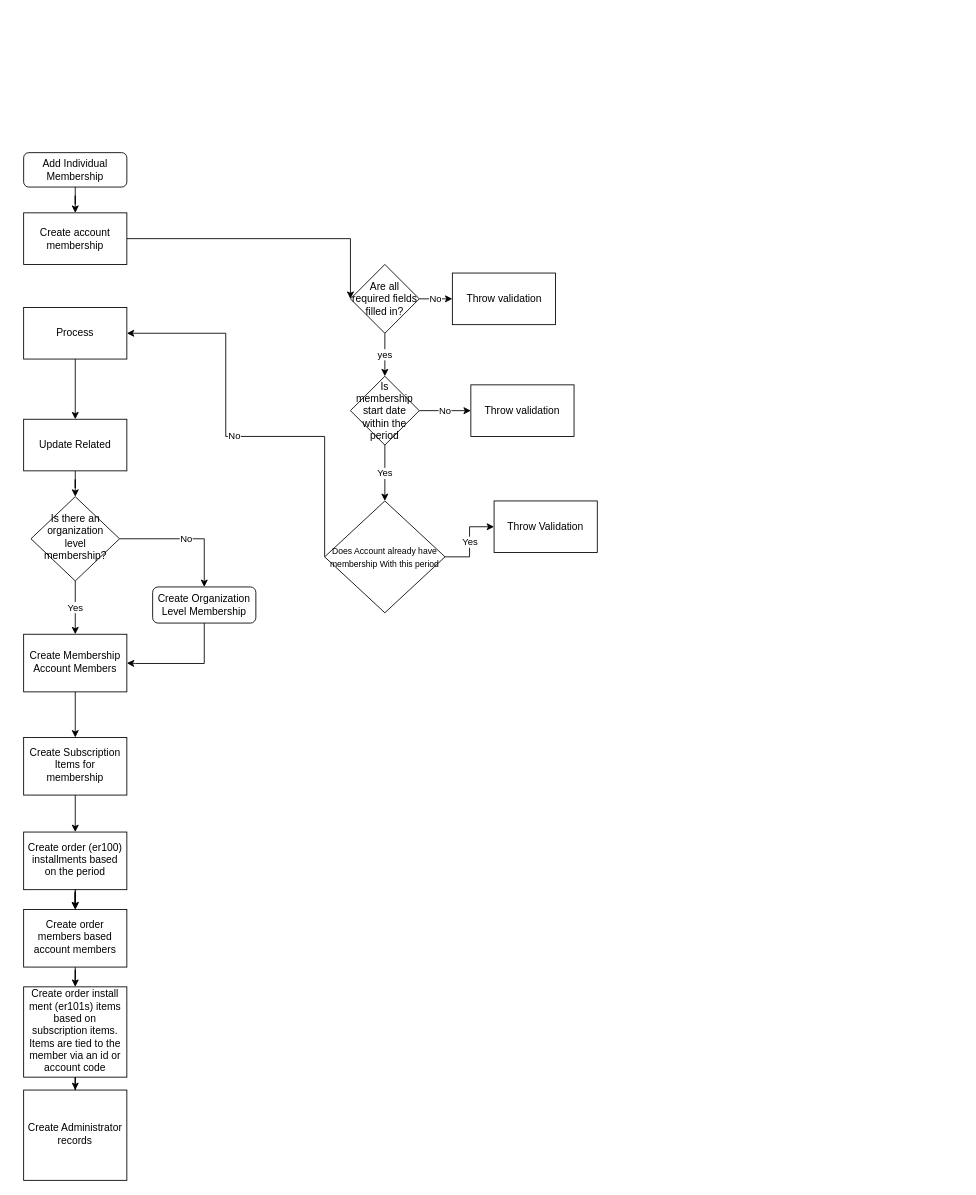
Before: MembershipEditIndividualWorkFlow.drawio in shelbyharris/Membership, a draw.io diagram. Source tidied: cells renumbered, new cells numbered last; positions are measured from the earlier drawing's top-left corner, leaving out a move shared by most shapes. Both pictures are drawn from the tidied source at 86%, with x=0, y=0 at pixel (23, 152).
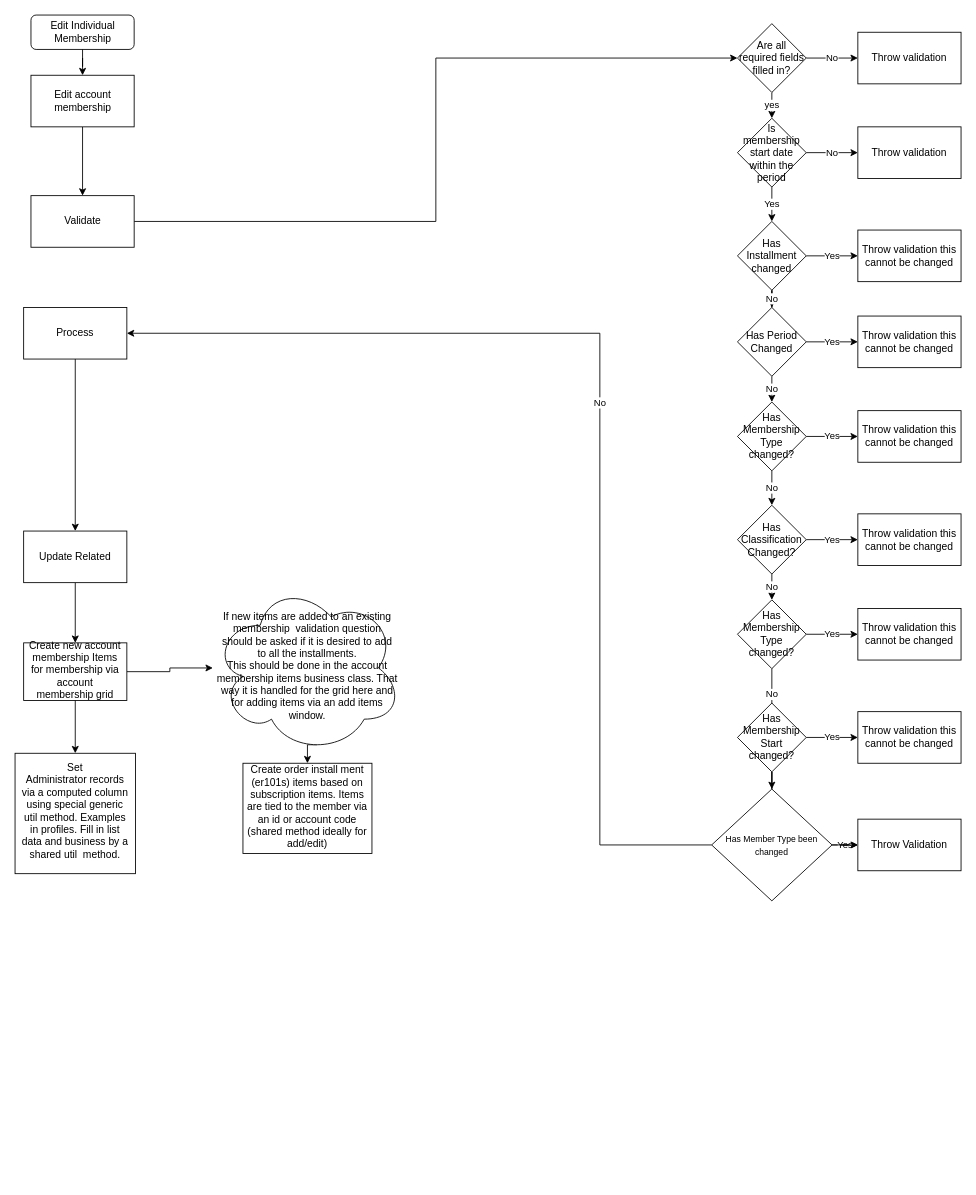
The same diagram, later.

Unchanged cells that the change refers to:
```xml
<mxCell id="34" value="Process" style="whiteSpace=wrap;html=1;rounded=0;" parent="1" vertex="1">
  <mxGeometry y="180" width="120" height="60" as="geometry" />
</mxCell>
```

What changed in the source:
```diff
@@
-    <mxCell id="2" value="Add Individual Membership" style="rounded=1;whiteSpace=wrap;html=1;fontSize=12;glass=0;strokeWidth=1;shadow=0;" parent="1" vertex="1">
-      <mxGeometry width="120" height="40" as="geometry" />
+    <mxCell id="2" value="Edit Individual Membership" style="rounded=1;whiteSpace=wrap;html=1;fontSize=12;glass=0;strokeWidth=1;shadow=0;" parent="1" vertex="1">
+      <mxGeometry x="8.5" y="-160" width="120" height="40" as="geometry" />
     </mxCell>
-    <mxCell id="3" style="edgeStyle=orthogonalEdgeStyle;rounded=0;jettySize=auto;html=1;entryX=1;entryY=0.5;entryDx=0;entryDy=0;exitX=0.5;exitY=1;exitDx=0;exitDy=0;" parent="1" edge="1" source="4" target="18">
-      <mxGeometry relative="1" as="geometry">
-        <Array as="points">
-          <mxPoint x="210" y="594" />
-          <mxPoint x="130" y="594" />
-        </Array>
-      </mxGeometry>
-    </mxCell>
-    <mxCell id="4" value="Create Organization Level Membership" style="rounded=1;whiteSpace=wrap;html=1;fontSize=12;glass=0;strokeWidth=1;shadow=0;" parent="1" vertex="1">
-      <mxGeometry x="150" y="505" width="120" height="42" as="geometry" />
-    </mxCell>
-    <mxCell id="5" style="edgeStyle=orthogonalEdgeStyle;rounded=0;jettySize=auto;html=1;entryX=0;entryY=0.5;entryDx=0;entryDy=0;" parent="1" edge="1" source="15" target="8">
-      <mxGeometry relative="1" as="geometry">
-        <Array as="points">
-          <mxPoint x="380" y="100" />
-        </Array>
-      </mxGeometry>
-    </mxCell>
@@
     <mxCell id="8" value="Are all required fields filled in?" style="rhombus;whiteSpace=wrap;html=1;rounded=0;" parent="1" vertex="1">
-      <mxGeometry x="380" y="130" width="80" height="80" as="geometry" />
+      <mxGeometry x="830" y="-150" width="80" height="80" as="geometry" />
     </mxCell>
     <mxCell id="9" value="Throw validation" style="whiteSpace=wrap;html=1;rounded=0;" parent="1" vertex="1">
-      <mxGeometry x="498.5" y="140" width="120" height="60" as="geometry" />
+      <mxGeometry x="970" y="-140" width="120" height="60" as="geometry" />
     </mxCell>
-    <mxCell id="10" style="edgeStyle=orthogonalEdgeStyle;rounded=0;jettySize=auto;html=1;exitX=0.5;exitY=1;exitDx=0;exitDy=0;" parent="1" edge="1" source="11" target="14">
+    <mxCell id="10" style="edgeStyle=orthogonalEdgeStyle;rounded=0;jettySize=auto;html=1;exitX=0.5;exitY=1;exitDx=0;exitDy=0;entryX=0.5;entryY=0;entryDx=0;entryDy=0;" parent="1" edge="1" source="11" target="20">
       <mxGeometry relative="1" as="geometry" />
     </mxCell>
     <mxCell id="11" value="Update Related" style="whiteSpace=wrap;html=1;rounded=0;" parent="1" vertex="1">
-      <mxGeometry y="310" width="120" height="60" as="geometry" />
+      <mxGeometry y="440" width="120" height="60" as="geometry" />
     </mxCell>
-    <mxCell id="12" value="No" style="edgeStyle=orthogonalEdgeStyle;rounded=0;jettySize=auto;html=1;entryX=0.5;entryY=0;entryDx=0;entryDy=0;" parent="1" edge="1" source="14" target="4">
-      <mxGeometry relative="1" as="geometry" />
-    </mxCell>
-    <mxCell id="13" value="Yes" style="edgeStyle=orthogonalEdgeStyle;rounded=0;jettySize=auto;html=1;" parent="1" edge="1" source="14" target="18">
-      <mxGeometry relative="1" as="geometry" />
-    </mxCell>
-    <mxCell id="14" value="Is there an organization level membership?" style="rhombus;whiteSpace=wrap;html=1;shadow=0;fontFamily=Helvetica;fontSize=12;align=center;strokeWidth=1;spacing=6;spacingTop=-4;" parent="1" vertex="1">
-      <mxGeometry x="8.5" y="400" width="103" height="98" as="geometry" />
-    </mxCell>
+    <mxCell id="39" style="edgeStyle=orthogonalEdgeStyle;rounded=0;jettySize=auto;html=1;" parent="1" edge="1" source="15" target="69">
+      <mxGeometry relative="1" as="geometry" />
+    </mxCell>
-    <mxCell id="15" value="Create account membership" style="rounded=0;whiteSpace=wrap;html=1;" parent="1" vertex="1">
-      <mxGeometry y="70" width="120" height="60" as="geometry" />
+    <mxCell id="15" value="Edit account membership" style="rounded=0;whiteSpace=wrap;html=1;" parent="1" vertex="1">
+      <mxGeometry x="8.5" y="-90" width="120" height="60" as="geometry" />
     </mxCell>
@@
-    <mxCell id="17" style="edgeStyle=orthogonalEdgeStyle;rounded=0;jettySize=auto;html=1;" parent="1" edge="1" source="18" target="20">
-      <mxGeometry relative="1" as="geometry" />
-    </mxCell>
-    <mxCell id="18" value="Create Membership Account Members" style="whiteSpace=wrap;html=1;shadow=0;strokeWidth=1;spacing=6;spacingTop=-4;" parent="1" vertex="1">
-      <mxGeometry y="560" width="120" height="67" as="geometry" />
-    </mxCell>
-    <mxCell id="19" style="edgeStyle=orthogonalEdgeStyle;rounded=0;jettySize=auto;html=1;" parent="1" edge="1" source="20" target="23">
-      <mxGeometry relative="1" as="geometry" />
-    </mxCell>
+    <mxCell id="40" style="edgeStyle=orthogonalEdgeStyle;rounded=0;jettySize=auto;html=1;entryX=0.5;entryY=0;entryDx=0;entryDy=0;exitX=0.55;exitY=0.95;exitDx=0;exitDy=0;exitPerimeter=0;" parent="1" edge="1" source="70" target="25">
+      <mxGeometry relative="1" as="geometry" />
+    </mxCell>
+    <mxCell id="41" style="edgeStyle=orthogonalEdgeStyle;rounded=0;jettySize=auto;html=1;" parent="1" edge="1" source="20" target="70">
+      <mxGeometry relative="1" as="geometry" />
+    </mxCell>
-    <mxCell id="20" value="Create Subscription Items for membership&lt;br&gt;" style="whiteSpace=wrap;html=1;shadow=0;strokeWidth=1;spacing=6;spacingTop=-4;" parent="1" vertex="1">
-      <mxGeometry y="680" width="120" height="67" as="geometry" />
+    <mxCell id="20" value="Create new account membership Items for membership via account membership grid" style="whiteSpace=wrap;html=1;shadow=0;strokeWidth=1;spacing=6;spacingTop=-4;" parent="1" vertex="1">
+      <mxGeometry y="570" width="120" height="67" as="geometry" />
     </mxCell>
-    <mxCell id="21" style="edgeStyle=orthogonalEdgeStyle;rounded=0;jettySize=auto;html=1;" parent="1" edge="1" source="26" target="25">
-      <mxGeometry relative="1" as="geometry" />
-    </mxCell>
-    <mxCell id="22" style="edgeStyle=orthogonalEdgeStyle;rounded=0;jettySize=auto;html=1;" parent="1" edge="1" source="23" target="26">
-      <mxGeometry relative="1" as="geometry" />
-    </mxCell>
-    <mxCell id="23" value="Create order (er100) installments based on the period" style="whiteSpace=wrap;html=1;shadow=0;strokeWidth=1;spacing=6;spacingTop=-4;" parent="1" vertex="1">
-      <mxGeometry y="790" width="120" height="67" as="geometry" />
-    </mxCell>
-    <mxCell id="24" style="edgeStyle=orthogonalEdgeStyle;rounded=0;jettySize=auto;html=1;" parent="1" edge="1" source="25" target="35">
+    <mxCell id="24" style="edgeStyle=orthogonalEdgeStyle;rounded=0;jettySize=auto;html=1;exitX=0.5;exitY=1;exitDx=0;exitDy=0;" parent="1" edge="1" source="20" target="35">
       <mxGeometry relative="1" as="geometry" />
     </mxCell>
-    <mxCell id="25" value="Create order install ment (er101s) items based on subscription items. Items are tied to the member via an id or account code" style="whiteSpace=wrap;html=1;shadow=0;strokeWidth=1;spacing=6;spacingTop=-4;" parent="1" vertex="1">
-      <mxGeometry y="970" width="120" height="105" as="geometry" />
+    <mxCell id="25" value="Create order install ment (er101s) items based on subscription items. Items are tied to the member via an id or account code (shared method ideally for add/edit)" style="whiteSpace=wrap;html=1;shadow=0;strokeWidth=1;spacing=6;spacingTop=-4;" parent="1" vertex="1">
+      <mxGeometry x="255" y="710" width="150" height="105" as="geometry" />
     </mxCell>
-    <mxCell id="26" value="Create order members based account members" style="whiteSpace=wrap;html=1;shadow=0;strokeWidth=1;spacing=6;spacingTop=-4;" parent="1" vertex="1">
-      <mxGeometry y="880" width="120" height="67" as="geometry" />
-    </mxCell>
-    <mxCell id="27" style="edgeStyle=orthogonalEdgeStyle;rounded=0;jettySize=auto;html=1;" parent="1" edge="1" source="23" target="26">
-      <mxGeometry relative="1" as="geometry" />
-    </mxCell>
@@
     <mxCell id="29" value="No" style="edgeStyle=orthogonalEdgeStyle;rounded=0;jettySize=auto;html=1;entryX=1;entryY=0.5;entryDx=0;entryDy=0;exitX=0;exitY=0.5;exitDx=0;exitDy=0;" parent="1" edge="1" source="37" target="34">
-      <mxGeometry relative="1" as="geometry">
+      <mxGeometry x="0.01" relative="1" as="geometry">
         <Array as="points">
-          <mxPoint x="350" y="330" />
-          <mxPoint x="235" y="330" />
-          <mxPoint x="235" y="210" />
+          <mxPoint x="670" y="805" />
+          <mxPoint x="670" y="210" />
         </Array>
       </mxGeometry>
     </mxCell>
-    <mxCell id="30" value="Yes" style="edgeStyle=orthogonalEdgeStyle;rounded=0;jettySize=auto;html=1;" parent="1" edge="1" source="31" target="37">
-      <mxGeometry relative="1" as="geometry" />
-    </mxCell>
+    <mxCell id="42" value="Yes" style="edgeStyle=orthogonalEdgeStyle;rounded=0;jettySize=auto;html=1;" parent="1" edge="1" source="31" target="46">
+      <mxGeometry relative="1" as="geometry" />
+    </mxCell>
     <mxCell id="31" value="Is membership start date within the period" style="rhombus;whiteSpace=wrap;html=1;rounded=0;" parent="1" vertex="1">
-      <mxGeometry x="380" y="260" width="80" height="80" as="geometry" />
+      <mxGeometry x="830" y="-40" width="80" height="80" as="geometry" />
     </mxCell>
     <mxCell id="32" value="&lt;span&gt;Throw validation&lt;/span&gt;" style="whiteSpace=wrap;html=1;rounded=0;" parent="1" vertex="1">
-      <mxGeometry x="520" y="270" width="120" height="60" as="geometry" />
+      <mxGeometry x="970" y="-30" width="120" height="60" as="geometry" />
     </mxCell>
@@
-    <mxCell id="35" value="Create Administrator records&lt;br&gt;" style="whiteSpace=wrap;html=1;shadow=0;strokeWidth=1;spacing=6;spacingTop=-4;" parent="1" vertex="1">
-      <mxGeometry y="1090" width="120" height="105" as="geometry" />
+    <mxCell id="35" value="Set&lt;br&gt;Administrator records via a computed column using special generic util method. Examples in profiles. Fill in list data and business by a shared util&amp;nbsp; method." style="whiteSpace=wrap;html=1;shadow=0;strokeWidth=1;spacing=6;spacingTop=-4;" parent="1" vertex="1">
+      <mxGeometry x="-10" y="698.4" width="140" height="140" as="geometry" />
     </mxCell>
@@
+    <mxCell id="43" style="edgeStyle=orthogonalEdgeStyle;rounded=0;jettySize=auto;html=1;" parent="1" edge="1" source="37" target="38">
+      <mxGeometry relative="1" as="geometry" />
+    </mxCell>
-    <mxCell id="37" value="&lt;font style=&quot;font-size: 10px&quot;&gt;Does Account already have membership With this period&lt;/font&gt;" style="rhombus;whiteSpace=wrap;html=1;rounded=0;" parent="1" vertex="1">
-      <mxGeometry x="350" y="405" width="140" height="130" as="geometry" />
+    <mxCell id="37" value="&lt;span style=&quot;font-size: 10px&quot;&gt;Has Member Type been changed&lt;/span&gt;" style="rhombus;whiteSpace=wrap;html=1;rounded=0;" parent="1" vertex="1">
+      <mxGeometry x="800" y="740" width="140" height="130" as="geometry" />
     </mxCell>
     <mxCell id="38" value="Throw Validation" style="whiteSpace=wrap;html=1;rounded=0;" parent="1" vertex="1">
-      <mxGeometry x="547" y="405" width="120" height="60" as="geometry" />
+      <mxGeometry x="970" y="775" width="120" height="60" as="geometry" />
     </mxCell>
+    <mxCell id="44" value="No" style="edgeStyle=orthogonalEdgeStyle;rounded=0;jettySize=auto;html=1;" parent="1" edge="1" source="46" target="49">
+      <mxGeometry relative="1" as="geometry" />
+    </mxCell>
+    <mxCell id="45" value="Yes" style="edgeStyle=orthogonalEdgeStyle;rounded=0;jettySize=auto;html=1;" parent="1" edge="1" source="46" target="53">
+      <mxGeometry relative="1" as="geometry" />
+    </mxCell>
+    <mxCell id="46" value="Has Installment changed" style="rhombus;whiteSpace=wrap;html=1;rounded=0;" parent="1" vertex="1">
+      <mxGeometry x="830" y="80" width="80" height="80" as="geometry" />
+    </mxCell>
+    <mxCell id="47" value="No" style="edgeStyle=orthogonalEdgeStyle;rounded=0;jettySize=auto;html=1;" parent="1" edge="1" source="49" target="52">
+      <mxGeometry relative="1" as="geometry" />
+    </mxCell>
+    <mxCell id="48" value="Yes" style="edgeStyle=orthogonalEdgeStyle;rounded=0;jettySize=auto;html=1;" parent="1" edge="1" source="49" target="54">
+      <mxGeometry relative="1" as="geometry" />
+    </mxCell>
+    <mxCell id="49" value="Has Period Changed" style="rhombus;whiteSpace=wrap;html=1;rounded=0;" parent="1" vertex="1">
+      <mxGeometry x="830" y="180" width="80" height="80" as="geometry" />
+    </mxCell>
+    <mxCell id="50" value="Yes" style="edgeStyle=orthogonalEdgeStyle;rounded=0;jettySize=auto;html=1;" parent="1" edge="1" source="52" target="55">
+      <mxGeometry relative="1" as="geometry" />
+    </mxCell>
+    <mxCell id="51" value="No" style="edgeStyle=orthogonalEdgeStyle;rounded=0;jettySize=auto;html=1;" parent="1" edge="1" source="52" target="58">
+      <mxGeometry relative="1" as="geometry" />
+    </mxCell>
+    <mxCell id="52" value="Has Membership Type changed?" style="rhombus;whiteSpace=wrap;html=1;rounded=0;" parent="1" vertex="1">
+      <mxGeometry x="830" y="290" width="80" height="80" as="geometry" />
+    </mxCell>
+    <mxCell id="53" value="Throw validation this cannot be changed" style="whiteSpace=wrap;html=1;rounded=0;" parent="1" vertex="1">
+      <mxGeometry x="970" y="90" width="120" height="60" as="geometry" />
+    </mxCell>
+    <mxCell id="54" value="&lt;span&gt;Throw validation this cannot be changed&lt;/span&gt;" style="whiteSpace=wrap;html=1;rounded=0;" parent="1" vertex="1">
+      <mxGeometry x="970" y="190" width="120" height="60" as="geometry" />
+    </mxCell>
+    <mxCell id="55" value="&lt;span&gt;Throw validation this cannot be changed&lt;/span&gt;" style="whiteSpace=wrap;html=1;rounded=0;" parent="1" vertex="1">
+      <mxGeometry x="970" y="300" width="120" height="60" as="geometry" />
+    </mxCell>
+    <mxCell id="56" value="Yes" style="edgeStyle=orthogonalEdgeStyle;rounded=0;jettySize=auto;html=1;" parent="1" edge="1" source="58" target="59">
+      <mxGeometry relative="1" as="geometry" />
+    </mxCell>
+    <mxCell id="57" value="No" style="edgeStyle=orthogonalEdgeStyle;rounded=0;jettySize=auto;html=1;" parent="1" edge="1" source="58" target="61">
+      <mxGeometry relative="1" as="geometry" />
+    </mxCell>
+    <mxCell id="58" value="Has Classification Changed?" style="rhombus;whiteSpace=wrap;html=1;rounded=0;" parent="1" vertex="1">
+      <mxGeometry x="830" y="410" width="80" height="80" as="geometry" />
+    </mxCell>
+    <mxCell id="59" value="&lt;span&gt;Throw validation this cannot be changed&lt;/span&gt;" style="whiteSpace=wrap;html=1;rounded=0;" parent="1" vertex="1">
+      <mxGeometry x="970" y="420" width="120" height="60" as="geometry" />
+    </mxCell>
+    <mxCell id="60" value="Yes" style="edgeStyle=orthogonalEdgeStyle;rounded=0;jettySize=auto;html=1;" parent="1" edge="1" source="61" target="62">
+      <mxGeometry relative="1" as="geometry" />
+    </mxCell>
+    <mxCell id="61" value="Has Membership Type changed?" style="rhombus;whiteSpace=wrap;html=1;rounded=0;" parent="1" vertex="1">
+      <mxGeometry x="830" y="520" width="80" height="80" as="geometry" />
+    </mxCell>
+    <mxCell id="62" value="&lt;span&gt;Throw validation this cannot be changed&lt;/span&gt;" style="whiteSpace=wrap;html=1;rounded=0;" parent="1" vertex="1">
+      <mxGeometry x="970" y="530" width="120" height="60" as="geometry" />
+    </mxCell>
+    <mxCell id="63" value="No" style="edgeStyle=orthogonalEdgeStyle;rounded=0;jettySize=auto;html=1;exitX=0.5;exitY=1;exitDx=0;exitDy=0;entryX=0.5;entryY=0;entryDx=0;entryDy=0;" parent="1" edge="1" source="61" target="66">
+      <mxGeometry relative="1" as="geometry">
+        <Array as="points">
+          <mxPoint x="870" y="650" />
+        </Array>
+      </mxGeometry>
+    </mxCell>
+    <mxCell id="64" value="Yes" style="edgeStyle=orthogonalEdgeStyle;rounded=0;jettySize=auto;html=1;" parent="1" edge="1" source="66" target="67">
+      <mxGeometry relative="1" as="geometry" />
+    </mxCell>
+    <mxCell id="65" style="edgeStyle=orthogonalEdgeStyle;rounded=0;jettySize=auto;html=1;" parent="1" edge="1" source="66" target="37">
+      <mxGeometry relative="1" as="geometry" />
+    </mxCell>
+    <mxCell id="66" value="Has Membership Start changed?" style="rhombus;whiteSpace=wrap;html=1;rounded=0;" parent="1" vertex="1">
+      <mxGeometry x="830" y="640" width="80" height="80" as="geometry" />
+    </mxCell>
+    <mxCell id="67" value="&lt;span&gt;Throw validation this cannot be changed&lt;/span&gt;" style="whiteSpace=wrap;html=1;rounded=0;" parent="1" vertex="1">
+      <mxGeometry x="970" y="650" width="120" height="60" as="geometry" />
+    </mxCell>
+    <mxCell id="68" style="edgeStyle=orthogonalEdgeStyle;rounded=0;jettySize=auto;html=1;entryX=0;entryY=0.5;entryDx=0;entryDy=0;" parent="1" edge="1" source="69" target="8">
+      <mxGeometry relative="1" as="geometry" />
+    </mxCell>
+    <mxCell id="69" value="Validate" style="whiteSpace=wrap;html=1;rounded=0;" parent="1" vertex="1">
+      <mxGeometry x="8.5" y="50" width="120" height="60" as="geometry" />
+    </mxCell>
+    <mxCell id="70" value="If new items are added to an existing membership&amp;nbsp; validation question should be asked if it is desired to add to all the installments.&lt;br&gt;This should be done in the account membership items business class. That way it is handled for the grid here and for adding items via an add items window." style="ellipse;shape=cloud;whiteSpace=wrap;html=1;shadow=0;strokeWidth=1;spacing=6;spacingTop=-4;" parent="1" vertex="1">
+      <mxGeometry x="220" y="500" width="220" height="198.4" as="geometry" />
+    </mxCell>
```
